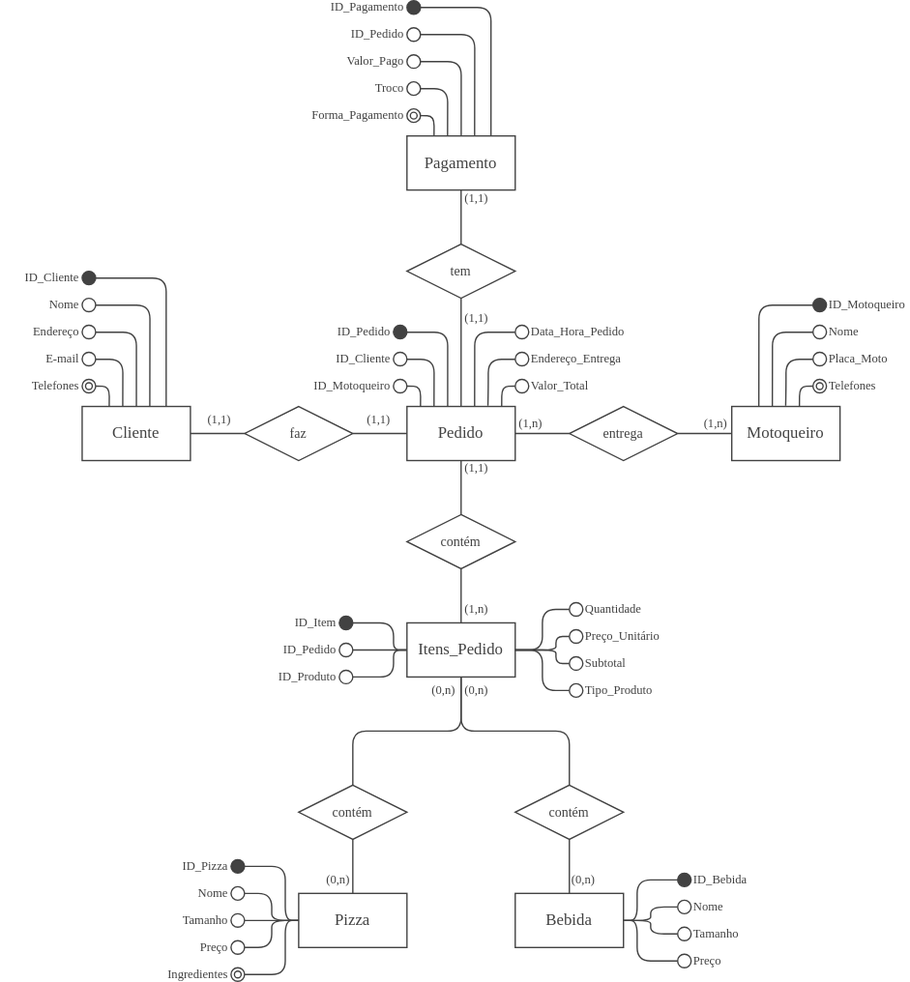
Above: assets/modelo-conceitual-delivery-pizzaria.svg in ArielSpencer/modelagem-delivery-pizzaria (draw.io), before the change. Source tidied: cells renumbered, new cells last; positions are measured from the earlier drawing's top-left corner, leaving out a move shared by most shapes.
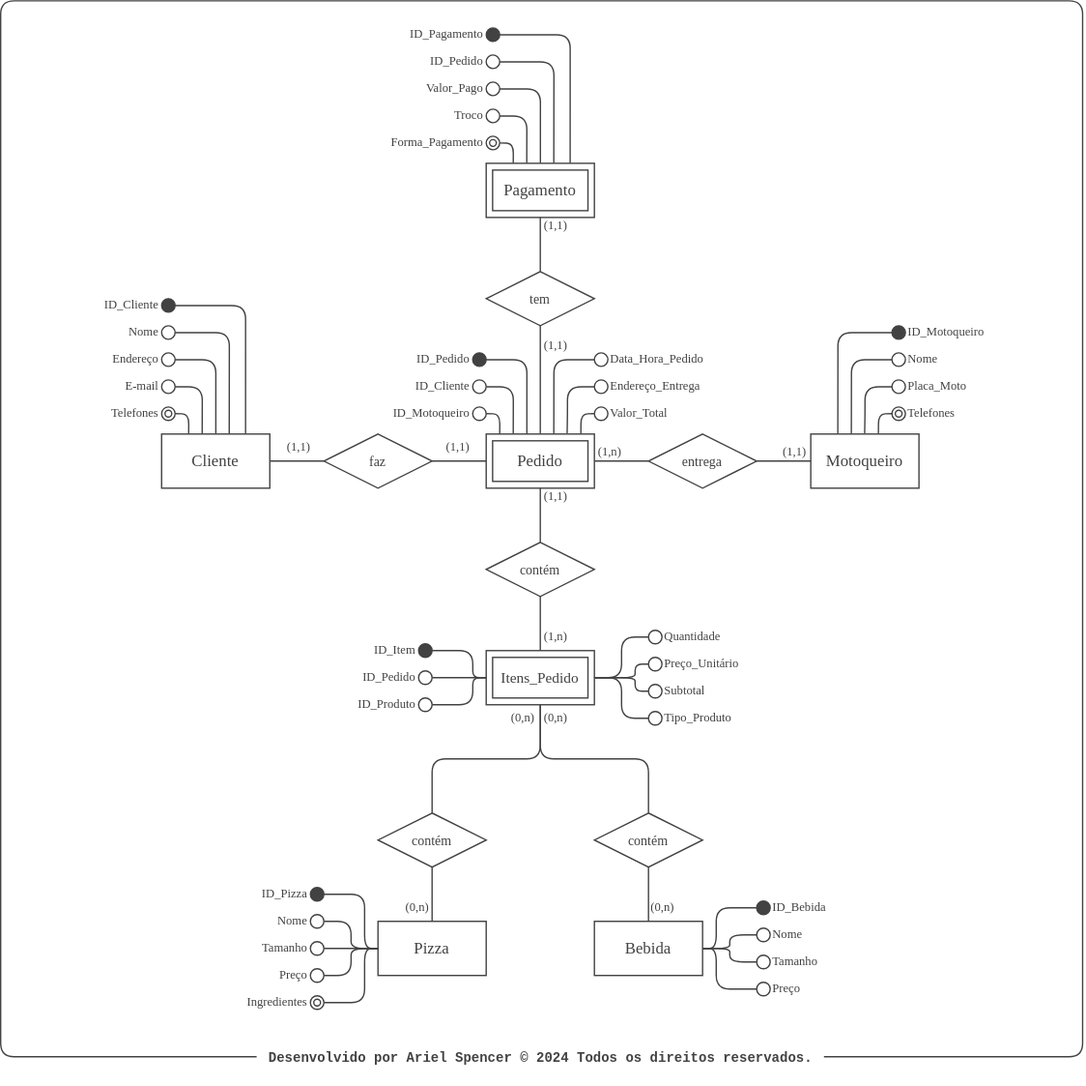
Above is the later version.

Commit message:
chore(model): update conceptual model to distinguish strong and weak entities

Diff of the diagram source:
```diff
@@ -31,9 +31,6 @@
         <mxPoint x="340" y="340" as="sourcePoint" />
       </mxGeometry>
     </mxCell>
-    <mxCell id="11" value="Pedido" style="text;html=1;strokeColor=none;fillColor=none;align=center;verticalAlign=middle;whiteSpace=wrap;rounded=0;fontFamily=Tahoma;fontColor=#424242;" parent="1" vertex="1">
-      <mxGeometry x="310" y="305" width="60" height="30" as="geometry" />
-    </mxCell>
     <mxCell id="12" style="edgeStyle=none;html=1;entryX=0.5;entryY=0;entryDx=0;entryDy=0;strokeColor=#424242;fontFamily=Tahoma;fontSize=10;fontColor=#424242;endArrow=none;endFill=0;" parent="1" edge="1" source="13" target="28">
       <mxGeometry relative="1" as="geometry">
         <Array as="points">
@@ -45,9 +42,6 @@
     <mxCell id="13" style="rounded=0;whiteSpace=wrap;html=1;fillColor=#FFFFFF;strokeColor=#424242;" parent="1" vertex="1">
       <mxGeometry x="300" y="460" width="80" height="40" as="geometry" />
     </mxCell>
-    <mxCell id="14" value="Itens_Pedido" style="text;html=1;strokeColor=none;fillColor=none;align=center;verticalAlign=middle;whiteSpace=wrap;rounded=0;fontFamily=Tahoma;fontColor=#424242;" parent="1" vertex="1">
-      <mxGeometry x="310" y="465" width="60" height="30" as="geometry" />
-    </mxCell>
     <mxCell id="15" style="rounded=0;whiteSpace=wrap;html=1;fillColor=#FFFFFF;strokeColor=#424242;" parent="1" vertex="1">
       <mxGeometry x="380" y="660" width="80" height="40" as="geometry" />
     </mxCell>
@@ -63,9 +57,6 @@
     <mxCell id="19" style="rounded=0;whiteSpace=wrap;html=1;fillColor=#FFFFFF;strokeColor=#424242;" parent="1" vertex="1">
       <mxGeometry x="300" y="100" width="80" height="40" as="geometry" />
     </mxCell>
-    <mxCell id="20" value="Pagamento" style="text;html=1;strokeColor=none;fillColor=none;align=center;verticalAlign=middle;whiteSpace=wrap;rounded=0;fontFamily=Tahoma;fontColor=#424242;" parent="1" vertex="1">
-      <mxGeometry x="310" y="105" width="60" height="30" as="geometry" />
-    </mxCell>
     <mxCell id="21" style="edgeStyle=none;html=1;exitX=1;exitY=0.5;exitDx=0;exitDy=0;entryX=0;entryY=0.5;entryDx=0;entryDy=0;strokeColor=#424242;fontFamily=Tahoma;fontSize=10;fontColor=#424242;endArrow=none;endFill=0;" parent="1" edge="1" source="22" target="9">
       <mxGeometry relative="1" as="geometry" />
     </mxCell>
@@ -643,7 +634,7 @@
     <mxCell id="154" value="(1,n)" style="text;html=1;strokeColor=none;fillColor=none;align=left;verticalAlign=middle;whiteSpace=wrap;rounded=0;fontFamily=Tahoma;fontColor=#424242;fontSize=9;" parent="1" vertex="1">
       <mxGeometry x="381" y="308" width="30" height="10" as="geometry" />
     </mxCell>
-    <mxCell id="155" value="(1,n)" style="text;html=1;strokeColor=none;fillColor=none;align=right;verticalAlign=middle;whiteSpace=wrap;rounded=0;fontFamily=Tahoma;fontColor=#424242;fontSize=9;" parent="1" vertex="1">
+    <mxCell id="155" value="(1,1)" style="text;html=1;strokeColor=none;fillColor=none;align=right;verticalAlign=middle;whiteSpace=wrap;rounded=0;fontFamily=Tahoma;fontColor=#424242;fontSize=9;" parent="1" vertex="1">
       <mxGeometry x="509" y="308" width="30" height="10" as="geometry" />
     </mxCell>
     <mxCell id="156" value="(1,1)" style="text;html=1;strokeColor=none;fillColor=none;align=left;verticalAlign=middle;whiteSpace=wrap;rounded=0;fontFamily=Tahoma;fontColor=#424242;fontSize=9;" parent="1" vertex="1">
@@ -667,8 +658,39 @@
     <mxCell id="162" value="&lt;span style=&quot;text-align: right;&quot;&gt;(0,n)&lt;/span&gt;" style="text;html=1;strokeColor=none;fillColor=none;align=left;verticalAlign=middle;whiteSpace=wrap;rounded=0;fontFamily=Tahoma;fontColor=#424242;fontSize=9;" parent="1" vertex="1">
       <mxGeometry x="420" y="645" width="30" height="10" as="geometry" />
     </mxCell>
+    <mxCell id="164" style="rounded=0;whiteSpace=wrap;html=1;fillColor=#FFFFFF;strokeColor=#424242;" parent="1" vertex="1">
+      <mxGeometry x="304.8" y="305" width="70.5" height="30" as="geometry" />
+    </mxCell>
     <mxCell id="163" value="(0,n)" style="text;html=1;strokeColor=none;fillColor=none;align=right;verticalAlign=middle;whiteSpace=wrap;rounded=0;fontFamily=Tahoma;fontColor=#424242;fontSize=9;" parent="1" vertex="1">
       <mxGeometry x="230" y="645" width="30" height="10" as="geometry" />
     </mxCell>
+    <mxCell id="165" style="edgeStyle=orthogonalEdgeStyle;html=1;strokeColor=#424242;fontFamily=Courier New;fontSize=10;fontColor=#424242;endArrow=none;endFill=0;entryX=1;entryY=0.5;entryDx=0;entryDy=0;" parent="1" edge="1" source="166" target="166">
+      <mxGeometry relative="1" as="geometry">
+        <Array as="points">
+          <mxPoint x="-59" y="760" />
+          <mxPoint x="-59" y="-20" />
+          <mxPoint x="741" y="-20" />
+          <mxPoint x="741" y="760" />
+        </Array>
+      </mxGeometry>
+    </mxCell>
+    <mxCell id="166" value="&lt;font style=&quot;font-size: 10px;&quot;&gt;Desenvolvido por Ariel Spencer © 2024 Todos os direitos reservados.&lt;/font&gt;" style="text;strokeColor=none;fillColor=none;html=1;fontSize=13;fontStyle=1;verticalAlign=middle;align=center;labelBackgroundColor=none;fontColor=#424242;fontFamily=Courier New;" parent="1" vertex="1">
+      <mxGeometry x="130.2" y="740" width="419.5" height="40" as="geometry" />
+    </mxCell>
+    <mxCell id="11" value="Pedido" style="text;html=1;strokeColor=none;fillColor=none;align=center;verticalAlign=middle;whiteSpace=wrap;rounded=0;fontFamily=Tahoma;fontColor=#424242;" parent="1" vertex="1">
+      <mxGeometry x="310" y="312.5" width="60" height="15" as="geometry" />
+    </mxCell>
+    <mxCell id="167" style="rounded=0;whiteSpace=wrap;html=1;fillColor=#FFFFFF;strokeColor=#424242;" parent="1" vertex="1">
+      <mxGeometry x="304.8" y="465" width="70.5" height="30" as="geometry" />
+    </mxCell>
+    <mxCell id="14" value="Itens_Pedido" style="text;html=1;strokeColor=none;fillColor=none;align=center;verticalAlign=middle;whiteSpace=wrap;rounded=0;fontFamily=Tahoma;fontColor=#424242;fontSize=11;" parent="1" vertex="1">
+      <mxGeometry x="310" y="472.5" width="60" height="15" as="geometry" />
+    </mxCell>
+    <mxCell id="168" style="rounded=0;whiteSpace=wrap;html=1;fillColor=#FFFFFF;strokeColor=#424242;" parent="1" vertex="1">
+      <mxGeometry x="304.8" y="105" width="70.5" height="30" as="geometry" />
+    </mxCell>
+    <mxCell id="20" value="Pagamento" style="text;html=1;strokeColor=none;fillColor=none;align=center;verticalAlign=middle;whiteSpace=wrap;rounded=0;fontFamily=Tahoma;fontColor=#424242;" parent="1" vertex="1">
+      <mxGeometry x="310" y="112.5" width="60" height="15" as="geometry" />
+    </mxCell>
   </root>
 </mxGraphModel>
```
